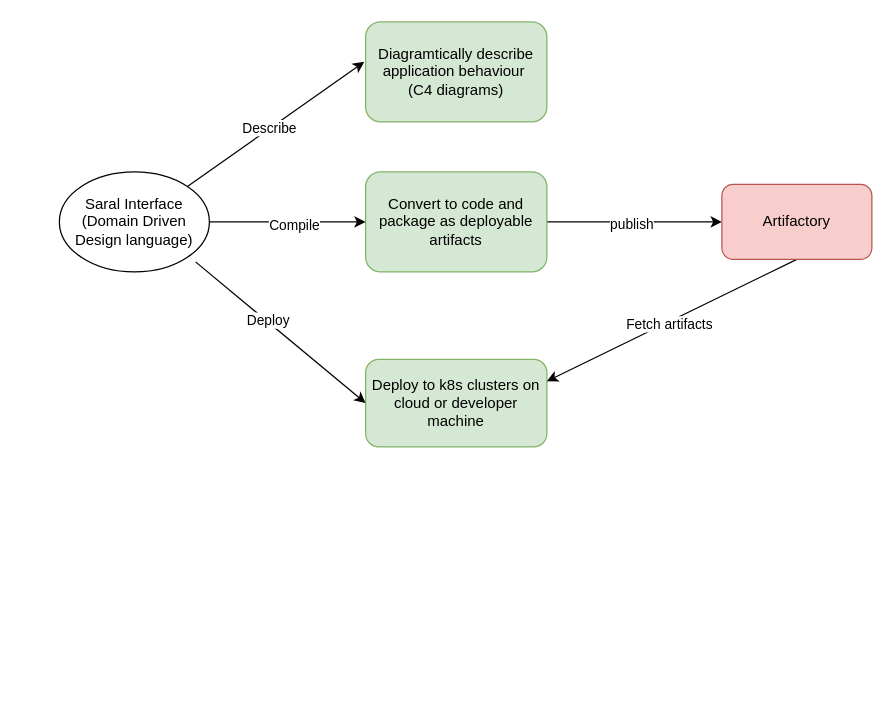
This is docs/images/high-level-design.drawio from ashish19goyal/saral.github.io, a draw.io file, before an edit. Source tidied: cells renumbered, new cells numbered last; positions are measured from the earlier drawing's top-left corner, leaving out a move shared by most shapes. Both pictures are drawn from the tidied source at 125%, with x=0, y=0 at pixel (59, 21).
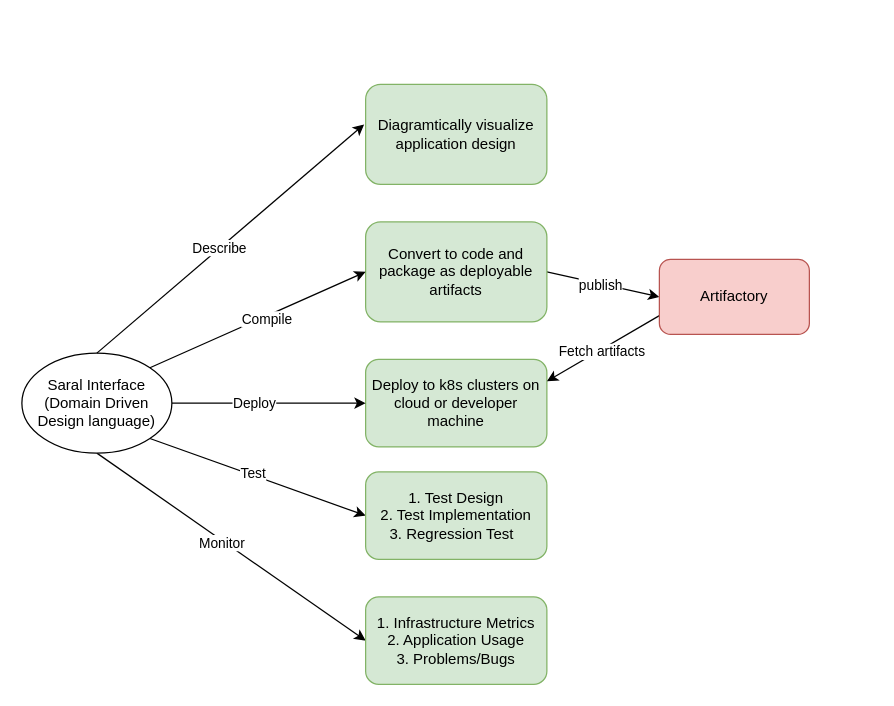
Above is the later version.

The change refers to these unchanged cells:
```xml
<mxCell id="7" value="Deploy to k8s clusters on cloud or developer machine" style="rounded=1;whiteSpace=wrap;html=1;fillColor=#d5e8d4;strokeColor=#82b366;" parent="1" vertex="1">
  <mxGeometry x="245" y="270" width="145" height="70" as="geometry" />
</mxCell>
```

Change to the diagram source:
```diff
@@
+    <mxCell id="17" style="edgeStyle=none;html=1;exitX=1;exitY=1;exitDx=0;exitDy=0;entryX=0;entryY=0.5;entryDx=0;entryDy=0;" parent="1" edge="1" source="2" target="21">
+      <mxGeometry relative="1" as="geometry" />
+    </mxCell>
+    <mxCell id="18" value="Test" style="edgeLabel;html=1;align=center;verticalAlign=middle;" parent="17" vertex="1">
+      <mxGeometry x="-0.07" y="2" relative="1" as="geometry">
+        <mxPoint x="1" as="offset" />
+      </mxGeometry>
+    </mxCell>
+    <mxCell id="19" style="edgeStyle=none;html=1;exitX=0.5;exitY=1;exitDx=0;exitDy=0;entryX=0;entryY=0.5;entryDx=0;entryDy=0;" parent="1" edge="1" source="2" target="22">
+      <mxGeometry relative="1" as="geometry" />
+    </mxCell>
+    <mxCell id="20" value="Monitor" style="edgeLabel;html=1;align=center;verticalAlign=middle;" parent="19" vertex="1">
+      <mxGeometry x="-0.06" y="-1" relative="1" as="geometry">
+        <mxPoint x="-1" as="offset" />
+      </mxGeometry>
+    </mxCell>
     <mxCell id="2" value="&lt;div&gt;Saral Interface&lt;/div&gt;&lt;div&gt;(Domain Driven Design language)&lt;br&gt;&lt;/div&gt;" style="ellipse;whiteSpace=wrap;html=1;" parent="1" vertex="1">
-      <mxGeometry y="120" width="120" height="80" as="geometry" />
+      <mxGeometry x="-30" y="265" width="120" height="80" as="geometry" />
     </mxCell>
@@
-    <mxCell id="5" value="Diagramtically describe application behaviour&amp;nbsp;&lt;div&gt;(C4 diagrams)&lt;/div&gt;" style="rounded=1;whiteSpace=wrap;html=1;fillColor=#d5e8d4;strokeColor=#82b366;" parent="1" vertex="1">
-      <mxGeometry x="245" width="145" height="80" as="geometry" />
+    <mxCell id="5" value="Diagramtically visualize application design" style="rounded=1;whiteSpace=wrap;html=1;fillColor=#d5e8d4;strokeColor=#82b366;" parent="1" vertex="1">
+      <mxGeometry x="245" y="50" width="145" height="80" as="geometry" />
     </mxCell>
     <mxCell id="6" value="&lt;span style=&quot;color: rgb(0, 0, 0);&quot;&gt;Convert to code and package as deployable artifacts&lt;/span&gt;" style="rounded=1;whiteSpace=wrap;html=1;fillColor=#d5e8d4;strokeColor=#82b366;" parent="1" vertex="1">
-      <mxGeometry x="245" y="120" width="145" height="80" as="geometry" />
+      <mxGeometry x="245" y="160" width="145" height="80" as="geometry" />
     </mxCell>
@@
-    <mxCell id="8" style="endArrow=classic;html=1;rounded=0;exitX=1;exitY=0;exitDx=0;exitDy=0;entryX=-0.008;entryY=0.4;entryDx=0;entryDy=0;entryPerimeter=0;" parent="1" edge="1" source="2" target="5">
+    <mxCell id="8" style="endArrow=classic;html=1;rounded=0;exitX=0.5;exitY=0;exitDx=0;exitDy=0;entryX=-0.008;entryY=0.4;entryDx=0;entryDy=0;entryPerimeter=0;" parent="1" edge="1" source="2" target="5">
       <mxGeometry relative="1" as="geometry" />
     </mxCell>
@@
-    <mxCell id="10" style="endArrow=classic;html=1;rounded=0;exitX=0.908;exitY=0.9;exitDx=0;exitDy=0;entryX=0;entryY=0.5;entryDx=0;entryDy=0;exitPerimeter=0;" parent="1" edge="1" source="2" target="7">
+    <mxCell id="10" style="endArrow=classic;html=1;rounded=0;exitX=1;exitY=0.5;exitDx=0;exitDy=0;entryX=0;entryY=0.5;entryDx=0;entryDy=0;" parent="1" edge="1" source="2" target="7">
       <mxGeometry relative="1" as="geometry" />
     </mxCell>
@@
-    <mxCell id="12" style="edgeStyle=none;html=1;exitX=1;exitY=0.5;exitDx=0;exitDy=0;entryX=0;entryY=0.5;entryDx=0;entryDy=0;" parent="1" edge="1" source="2" target="6">
+    <mxCell id="12" style="edgeStyle=none;html=1;exitX=1;exitY=0;exitDx=0;exitDy=0;entryX=0;entryY=0.5;entryDx=0;entryDy=0;" parent="1" edge="1" source="2" target="6">
       <mxGeometry relative="1" as="geometry" />
     </mxCell>
@@
-    <mxCell id="14" style="edgeStyle=none;html=1;exitX=0.5;exitY=1;exitDx=0;exitDy=0;entryX=1;entryY=0.25;entryDx=0;entryDy=0;" parent="1" edge="1" source="16" target="7">
+    <mxCell id="14" style="edgeStyle=none;html=1;exitX=0;exitY=0.75;exitDx=0;exitDy=0;entryX=1;entryY=0.25;entryDx=0;entryDy=0;" parent="1" edge="1" source="16" target="7">
       <mxGeometry relative="1" as="geometry" />
     </mxCell>
@@
     <mxCell id="16" value="Artifactory" style="rounded=1;whiteSpace=wrap;html=1;fillColor=#f8cecc;strokeColor=#b85450;" parent="1" vertex="1">
-      <mxGeometry x="530" y="130" width="120" height="60" as="geometry" />
+      <mxGeometry x="480" y="190" width="120" height="60" as="geometry" />
     </mxCell>
+    <mxCell id="21" value="&lt;div&gt;1. Test Design&lt;/div&gt;&lt;div&gt;2. Test Implementation&lt;/div&gt;&lt;div&gt;3. Regression Test&amp;nbsp;&amp;nbsp;&lt;/div&gt;" style="rounded=1;whiteSpace=wrap;html=1;fillColor=#d5e8d4;strokeColor=#82b366;" parent="1" vertex="1">
+      <mxGeometry x="245" y="360" width="145" height="70" as="geometry" />
+    </mxCell>
+    <mxCell id="22" value="&lt;div&gt;1. Infrastructure Metrics&lt;/div&gt;&lt;div&gt;2. Application Usage&lt;/div&gt;&lt;div&gt;3. Problems/Bugs&lt;/div&gt;" style="rounded=1;whiteSpace=wrap;html=1;fillColor=#d5e8d4;strokeColor=#82b366;" parent="1" vertex="1">
+      <mxGeometry x="245" y="460" width="145" height="70" as="geometry" />
+    </mxCell>
```
